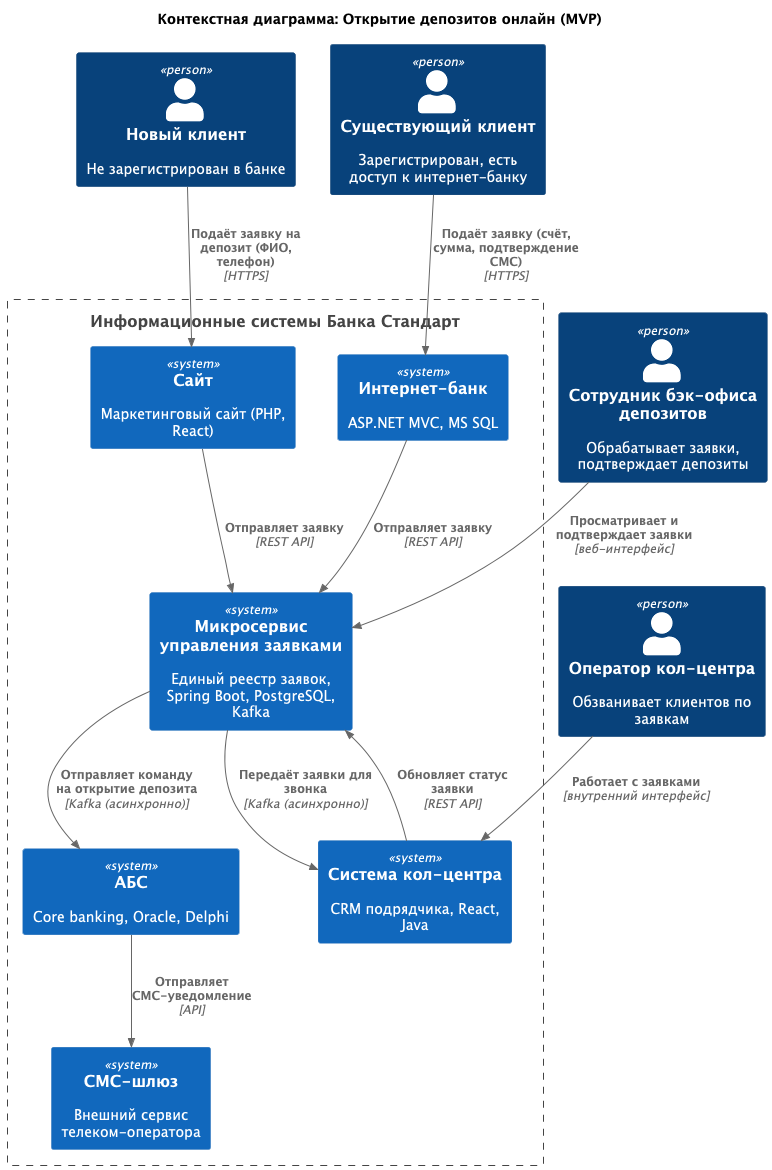
Earlier version of the PlantUML export Task3/c4/contex_diagram_MVP.png (afakhrieva/architecture-pro-standart).
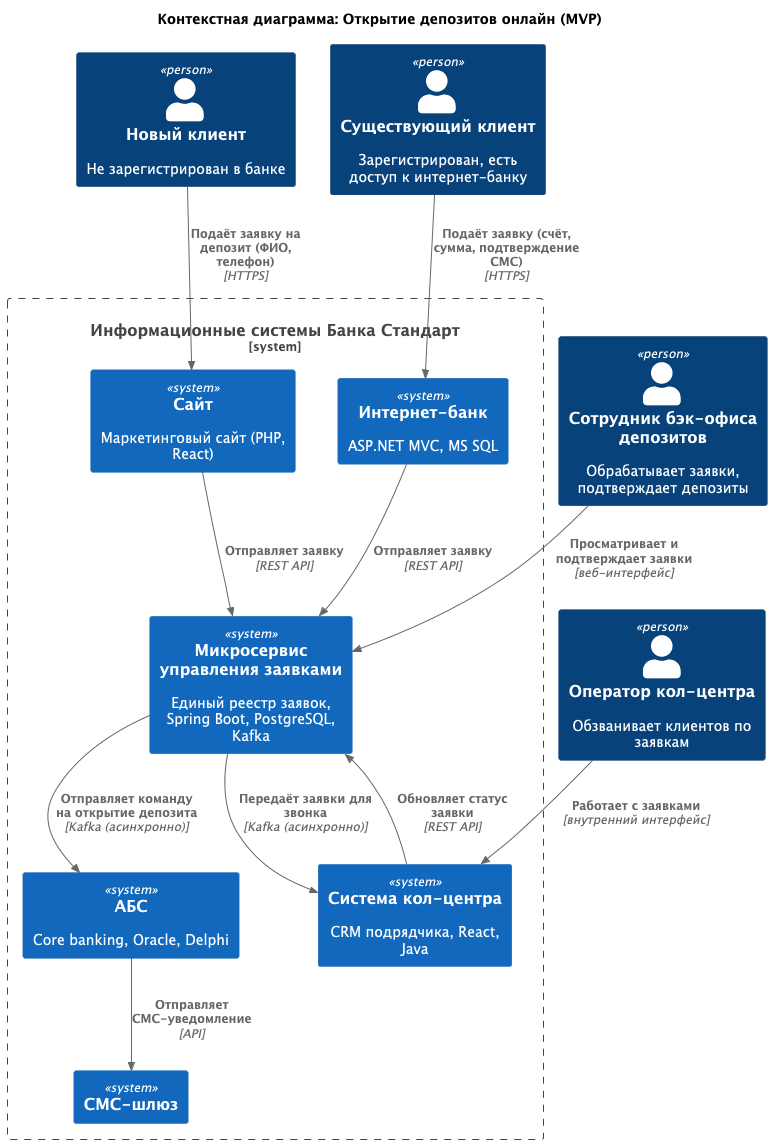
The same file after the commit.

Change to the diagram source:
```diff
@@ -11,13 +11,13 @@
 Person(call_operator, "Оператор кол-центра", "Обзванивает клиентов по заявкам")
 Person(dep_back, "Сотрудник бэк-офиса депозитов", "Обрабатывает заявки, подтверждает депозиты")
 
-Boundary(bank, "Информационные системы Банка Стандарт") {
+System_Boundary(bank, "Информационные системы Банка Стандарт") {
     System(site, "Сайт", "Маркетинговый сайт (PHP, React)")
     System(ib, "Интернет-банк", "ASP.NET MVC, MS SQL")
     System(claim_ms, "Микросервис управления заявками", "Единый реестр заявок, Spring Boot, PostgreSQL, Kafka")
     System(abs, "АБС", "Core banking, Oracle, Delphi")
     System(cc, "Система кол-центра", "CRM подрядчика, React, Java")
-    System(sms, "СМС-шлюз", "Внешний сервис телеком-оператора")
+    System(sms, "СМС-шлюз")
 }
 
 Rel(new_client, site, "Подаёт заявку на депозит (ФИО, телефон)", "HTTPS")
```
